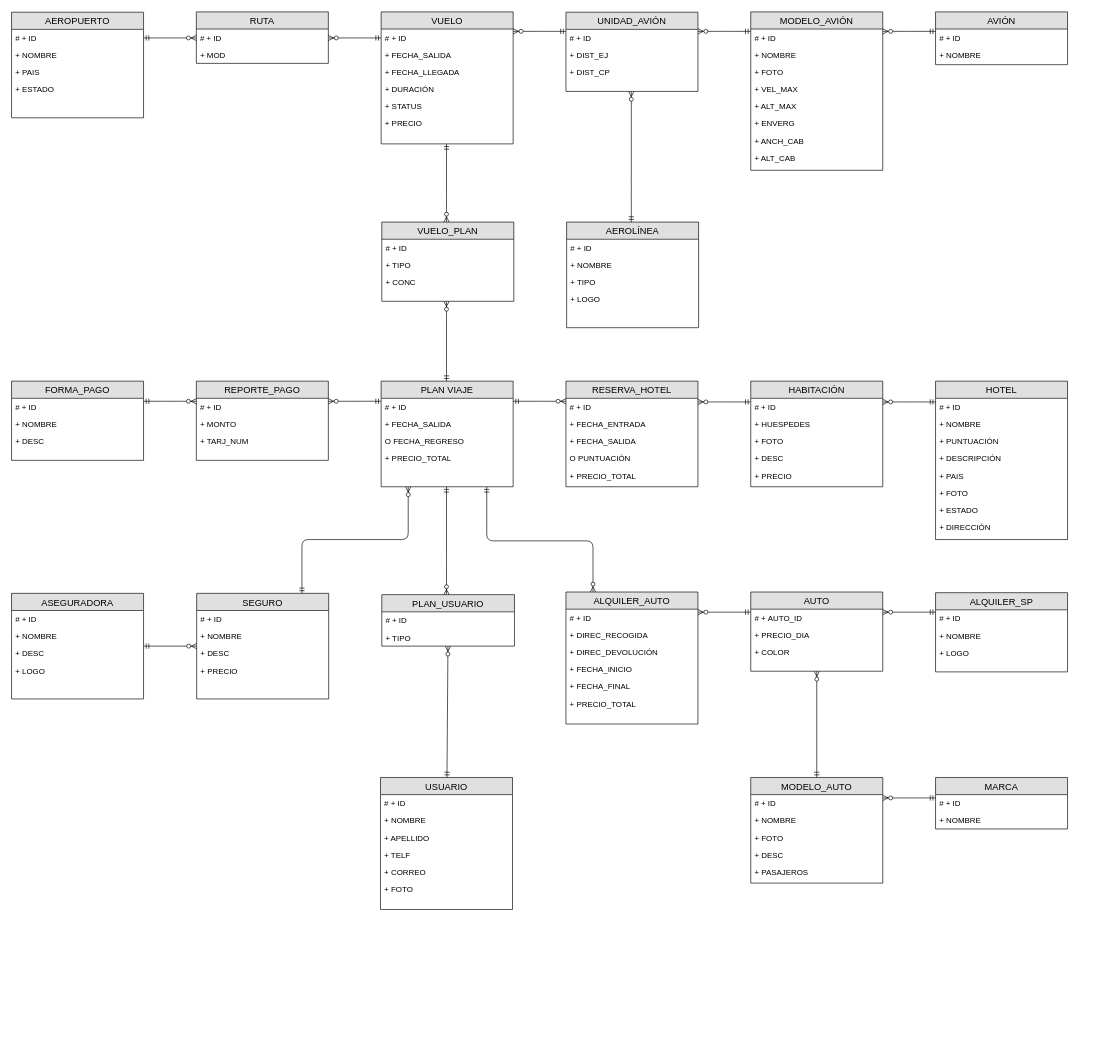
Earlier version of the draw.io diagram Documentos/MER.drawio (ezez8/SBDII_Proyecto). Source tidied: cells renumbered, new cells numbered last; positions are measured from the earlier drawing's top-left corner, leaving out a move shared by most shapes. Both pictures are drawn from the tidied source at 66%, with x=0, y=0 at pixel (11, 11).
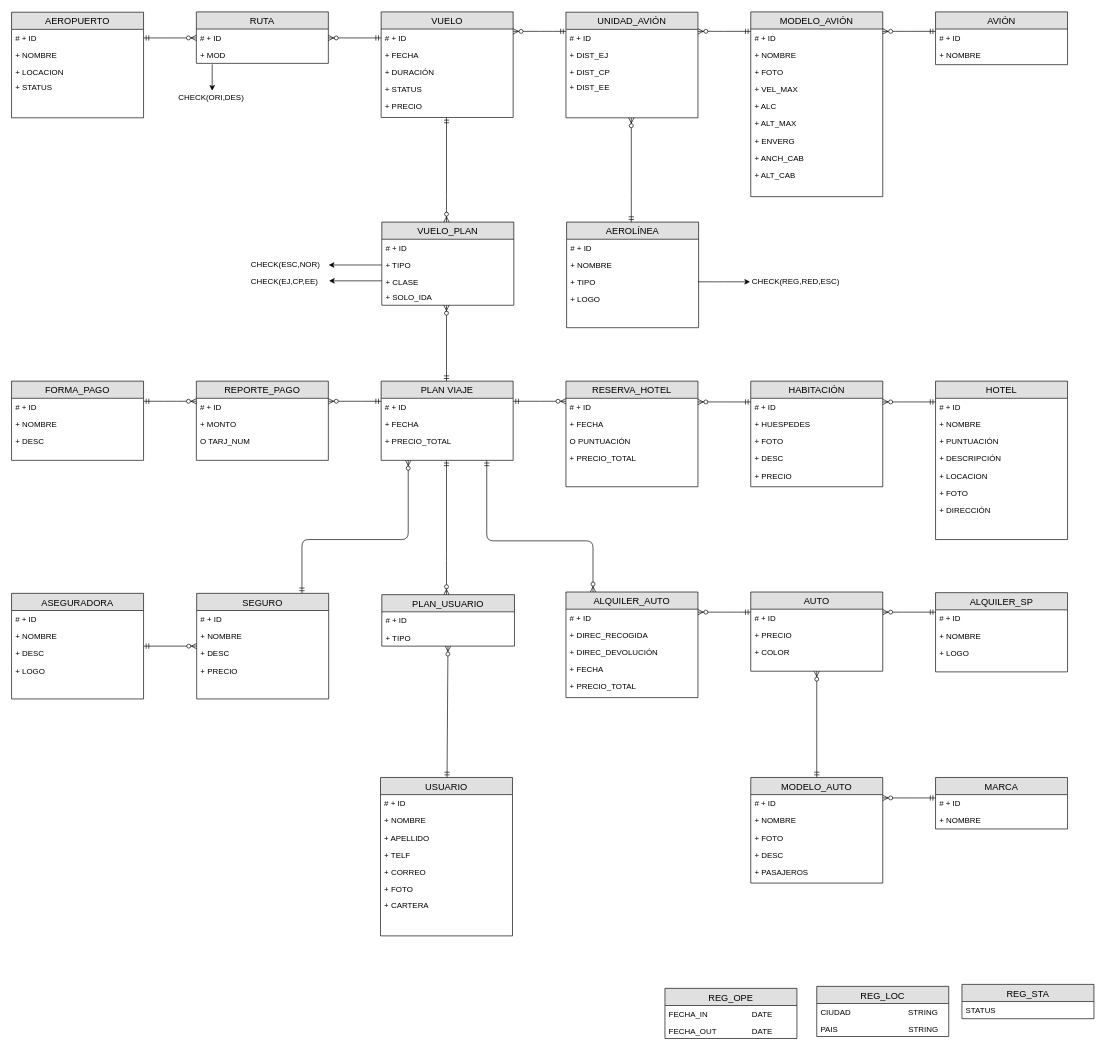
The same diagram, later.

Commit message (it also covers changes not shown here):
ajustes mer y tda

Unchanged cells that the change refers to:
```xml
<mxCell id="39" value="+ MOD" style="text;strokeColor=none;fillColor=none;spacingLeft=4;spacingRight=4;overflow=hidden;points=[[0,0.5],[1,0.5]];portConstraint=eastwest;fontSize=12;" parent="37" vertex="1">
  <mxGeometry y="52" width="200" height="26" as="geometry" />
</mxCell>
<mxCell id="40" value="AEROPUERTO" style="swimlane;fontStyle=0;horizontal=1;startSize=26;fillColor=#e0e0e0;swimlaneFillColor=#ffffff;align=center;fontSize=14;" parent="1" vertex="1">
  <mxGeometry y="1" width="200" height="160" as="geometry" />
</mxCell>
<mxCell id="54" value="+ TIPO" style="text;strokeColor=none;fillColor=none;spacingLeft=4;spacingRight=4;overflow=hidden;points=[[0,0.5],[1,0.5]];portConstraint=eastwest;fontSize=12;" parent="52" vertex="1">
  <mxGeometry y="52" width="200" height="26" as="geometry" />
</mxCell>
<mxCell id="58" value="REPORTE_PAGO" style="swimlane;fontStyle=0;horizontal=1;startSize=26;fillColor=#e0e0e0;swimlaneFillColor=#ffffff;align=center;fontSize=14;" parent="1" vertex="1">
  <mxGeometry x="280" y="560" width="200" height="120" as="geometry" />
</mxCell>
<mxCell id="77" value="RESERVA_HOTEL" style="swimlane;fontStyle=0;horizontal=1;startSize=26;fillColor=#e0e0e0;swimlaneFillColor=#ffffff;align=center;fontSize=14;" parent="1" vertex="1">
  <mxGeometry x="840" y="560" width="200" height="160" as="geometry" />
</mxCell>
<mxCell id="89" value="HOTEL" style="swimlane;fontStyle=0;horizontal=1;startSize=26;fillColor=#e0e0e0;swimlaneFillColor=#ffffff;align=center;fontSize=14;" parent="1" vertex="1">
  <mxGeometry x="1400" y="560" width="200" height="240" as="geometry" />
</mxCell>
<mxCell id="109" value="AUTO" style="swimlane;fontStyle=0;horizontal=1;startSize=26;fillColor=#e0e0e0;swimlaneFillColor=#ffffff;align=center;fontSize=14;" parent="1" vertex="1">
  <mxGeometry x="1120" y="879.5" width="200" height="120" as="geometry" />
</mxCell>
```

Change to the diagram source:
```diff
@@
     <mxCell id="7" value="UNIDAD_AVIÓN" style="swimlane;fontStyle=0;horizontal=1;startSize=26;fillColor=#e0e0e0;swimlaneFillColor=#ffffff;align=center;fontSize=14;" parent="1" vertex="1">
-      <mxGeometry x="840" y="1" width="200" height="120" as="geometry" />
+      <mxGeometry x="840" y="1" width="200" height="160" as="geometry" />
     </mxCell>
@@
     <mxCell id="10" value="+ DIST_CP" style="text;strokeColor=none;fillColor=none;spacingLeft=4;spacingRight=4;overflow=hidden;fontSize=12;" parent="7" vertex="1">
-      <mxGeometry y="78" width="200" height="42" as="geometry" />
+      <mxGeometry y="78" width="200" height="22" as="geometry" />
     </mxCell>
+    <mxCell id="142" value="+ DIST_EE" style="text;strokeColor=none;fillColor=none;align=left;verticalAlign=top;spacingLeft=4;spacingRight=4;overflow=hidden;" parent="7" vertex="1">
+      <mxGeometry y="100" width="200" height="60" as="geometry" />
+    </mxCell>
@@
     <mxCell id="14" value="MODELO_AVIÓN" style="swimlane;fontStyle=0;horizontal=1;startSize=26;fillColor=#e0e0e0;swimlaneFillColor=#ffffff;align=center;fontSize=14;" parent="1" vertex="1">
-      <mxGeometry x="1120" y="0.5" width="200" height="240" as="geometry" />
+      <mxGeometry x="1120" y="0.5" width="200" height="280" as="geometry" />
     </mxCell>
@@
+    <mxCell id="143" value="+ ALC" style="text;strokeColor=none;fillColor=none;align=left;verticalAlign=top;spacingLeft=4;spacingRight=4;overflow=hidden;" parent="14" vertex="1">
+      <mxGeometry y="130" width="200" height="26" as="geometry" />
+    </mxCell>
     <mxCell id="19" value="+ ALT_MAX" style="text;strokeColor=none;fillColor=none;spacingLeft=4;spacingRight=4;overflow=hidden;fontSize=12;" parent="14" vertex="1">
-      <mxGeometry y="130" width="200" height="26" as="geometry" />
+      <mxGeometry y="156" width="200" height="26" as="geometry" />
     </mxCell>
     <mxCell id="20" value="+ ENVERG" style="text;strokeColor=none;fillColor=none;spacingLeft=4;spacingRight=4;overflow=hidden;fontSize=12;" parent="14" vertex="1">
-      <mxGeometry y="156" width="200" height="26" as="geometry" />
+      <mxGeometry y="182" width="200" height="26" as="geometry" />
     </mxCell>
     <mxCell id="21" value="+ ANCH_CAB" style="text;strokeColor=none;fillColor=none;spacingLeft=4;spacingRight=4;overflow=hidden;fontSize=12;" parent="14" vertex="1">
-      <mxGeometry y="182" width="200" height="26" as="geometry" />
+      <mxGeometry y="208" width="200" height="26" as="geometry" />
     </mxCell>
     <mxCell id="22" value="+ ALT_CAB" style="text;strokeColor=none;fillColor=none;spacingLeft=4;spacingRight=4;overflow=hidden;fontSize=12;" parent="14" vertex="1">
-      <mxGeometry y="208" width="200" height="32" as="geometry" />
+      <mxGeometry y="234" width="200" height="46" as="geometry" />
     </mxCell>
     <mxCell id="23" value="USUARIO" style="swimlane;fontStyle=0;horizontal=1;startSize=26;fillColor=#e0e0e0;swimlaneFillColor=#ffffff;align=center;fontSize=14;" parent="1" vertex="1">
-      <mxGeometry x="559" y="1160.5" width="200" height="200" as="geometry" />
+      <mxGeometry x="559" y="1160.5" width="200" height="240" as="geometry" />
     </mxCell>
@@
     <mxCell id="29" value="+ FOTO" style="text;strokeColor=none;fillColor=none;spacingLeft=4;spacingRight=4;overflow=hidden;fontSize=12;" parent="23" vertex="1">
-      <mxGeometry y="156" width="200" height="44" as="geometry" />
+      <mxGeometry y="156" width="200" height="24" as="geometry" />
     </mxCell>
+    <mxCell id="144" value="+ CARTERA" style="text;strokeColor=none;fillColor=none;align=left;verticalAlign=top;spacingLeft=4;spacingRight=4;overflow=hidden;" parent="23" vertex="1">
+      <mxGeometry y="180" width="200" height="60" as="geometry" />
+    </mxCell>
     <mxCell id="30" value="VUELO" style="swimlane;fontStyle=0;horizontal=1;startSize=26;fillColor=#e0e0e0;swimlaneFillColor=#ffffff;align=center;fontSize=14;" parent="1" vertex="1">
-      <mxGeometry x="560" y="0.5" width="200" height="200" as="geometry" />
+      <mxGeometry x="560" y="0.5" width="200" height="160" as="geometry" />
     </mxCell>
@@
-    <mxCell id="32" value="+ FECHA_SALIDA" style="text;strokeColor=none;fillColor=none;spacingLeft=4;spacingRight=4;overflow=hidden;fontSize=12;" parent="30" vertex="1">
+    <mxCell id="32" value="+ FECHA" style="text;strokeColor=none;fillColor=none;spacingLeft=4;spacingRight=4;overflow=hidden;fontSize=12;" parent="30" vertex="1">
       <mxGeometry y="52" width="200" height="26" as="geometry" />
     </mxCell>
-    <mxCell id="33" value="+ FECHA_LLEGADA" style="text;strokeColor=none;fillColor=none;spacingLeft=4;spacingRight=4;overflow=hidden;fontSize=12;" parent="30" vertex="1">
-      <mxGeometry y="78" width="200" height="26" as="geometry" />
-    </mxCell>
     <mxCell id="34" value="+ DURACIÓN" style="text;strokeColor=none;fillColor=none;spacingLeft=4;spacingRight=4;overflow=hidden;fontSize=12;" parent="30" vertex="1">
-      <mxGeometry y="104" width="200" height="26" as="geometry" />
+      <mxGeometry y="78" width="200" height="26" as="geometry" />
     </mxCell>
     <mxCell id="35" value="+ STATUS" style="text;strokeColor=none;fillColor=none;spacingLeft=4;spacingRight=4;overflow=hidden;fontSize=12;" parent="30" vertex="1">
-      <mxGeometry y="130" width="200" height="26" as="geometry" />
+      <mxGeometry y="104" width="200" height="26" as="geometry" />
     </mxCell>
     <mxCell id="36" value="+ PRECIO" style="text;strokeColor=none;fillColor=none;spacingLeft=4;spacingRight=4;overflow=hidden;fontSize=12;" parent="30" vertex="1">
-      <mxGeometry y="156" width="200" height="44" as="geometry" />
+      <mxGeometry y="130" width="200" height="30" as="geometry" />
     </mxCell>
@@
-    <mxCell id="43" value="+ PAIS" style="text;strokeColor=none;fillColor=none;spacingLeft=4;spacingRight=4;overflow=hidden;fontSize=12;" parent="40" vertex="1">
-      <mxGeometry y="78" width="200" height="26" as="geometry" />
+    <mxCell id="43" value="+ LOCACION" style="text;strokeColor=none;fillColor=none;spacingLeft=4;spacingRight=4;overflow=hidden;fontSize=12;" parent="40" vertex="1">
+      <mxGeometry y="78" width="200" height="22" as="geometry" />
     </mxCell>
-    <mxCell id="44" value="+ ESTADO" style="text;strokeColor=none;fillColor=none;spacingLeft=4;spacingRight=4;overflow=hidden;fontSize=12;" parent="40" vertex="1">
-      <mxGeometry y="104" width="200" height="56" as="geometry" />
-    </mxCell>
+    <mxCell id="145" value="+ STATUS" style="text;strokeColor=none;fillColor=none;align=left;verticalAlign=top;spacingLeft=4;spacingRight=4;overflow=hidden;" parent="40" vertex="1">
+      <mxGeometry y="100" width="200" height="60" as="geometry" />
+    </mxCell>
@@
     <mxCell id="47" value="PLAN VIAJE" style="swimlane;fontStyle=0;horizontal=1;startSize=26;fillColor=#e0e0e0;swimlaneFillColor=#ffffff;align=center;fontSize=14;" parent="1" vertex="1">
-      <mxGeometry x="560" y="560" width="200" height="160" as="geometry" />
+      <mxGeometry x="560" y="560" width="200" height="120" as="geometry" />
     </mxCell>
@@
-    <mxCell id="49" value="+ FECHA_SALIDA" style="text;strokeColor=none;fillColor=none;spacingLeft=4;spacingRight=4;overflow=hidden;fontSize=12;" parent="47" vertex="1">
+    <mxCell id="49" value="+ FECHA" style="text;strokeColor=none;fillColor=none;spacingLeft=4;spacingRight=4;overflow=hidden;fontSize=12;" parent="47" vertex="1">
       <mxGeometry y="52" width="200" height="26" as="geometry" />
     </mxCell>
-    <mxCell id="50" value="O FECHA_REGRESO" style="text;strokeColor=none;fillColor=none;spacingLeft=4;spacingRight=4;overflow=hidden;fontSize=12;" parent="47" vertex="1">
-      <mxGeometry y="78" width="200" height="26" as="geometry" />
-    </mxCell>
     <mxCell id="51" value="+ PRECIO_TOTAL" style="text;strokeColor=none;fillColor=none;spacingLeft=4;spacingRight=4;overflow=hidden;fontSize=12;" parent="47" vertex="1">
-      <mxGeometry y="104" width="200" height="56" as="geometry" />
+      <mxGeometry y="78" width="200" height="42" as="geometry" />
     </mxCell>
     <mxCell id="52" value="VUELO_PLAN" style="swimlane;fontStyle=0;horizontal=1;startSize=26;fillColor=#e0e0e0;swimlaneFillColor=#ffffff;align=center;fontSize=14;" parent="1" vertex="1">
-      <mxGeometry x="561" y="319" width="200" height="120" as="geometry" />
+      <mxGeometry x="561" y="319" width="200" height="126" as="geometry" />
     </mxCell>
@@
-    <mxCell id="55" value="+ CONC" style="text;strokeColor=none;fillColor=none;spacingLeft=4;spacingRight=4;overflow=hidden;points=[[0,0.5],[1,0.5]];portConstraint=eastwest;fontSize=12;" parent="52" vertex="1">
-      <mxGeometry y="78" width="200" height="42" as="geometry" />
+    <mxCell id="55" value="+ CLASE" style="text;strokeColor=none;fillColor=none;spacingLeft=4;spacingRight=4;overflow=hidden;points=[[0,0.5],[1,0.5]];portConstraint=eastwest;fontSize=12;" parent="52" vertex="1">
+      <mxGeometry y="78" width="200" height="22" as="geometry" />
     </mxCell>
+    <mxCell id="146" value="+ SOLO_IDA" style="text;strokeColor=none;fillColor=none;align=left;verticalAlign=top;spacingLeft=4;spacingRight=4;overflow=hidden;" parent="52" vertex="1">
+      <mxGeometry y="100" width="200" height="26" as="geometry" />
+    </mxCell>
@@
-    <mxCell id="61" value="+ TARJ_NUM" style="text;strokeColor=none;fillColor=none;spacingLeft=4;spacingRight=4;overflow=hidden;fontSize=12;" parent="58" vertex="1">
+    <mxCell id="61" value="O TARJ_NUM" style="text;strokeColor=none;fillColor=none;spacingLeft=4;spacingRight=4;overflow=hidden;fontSize=12;" parent="58" vertex="1">
       <mxGeometry y="78" width="200" height="42" as="geometry" />
     </mxCell>
@@
-    <mxCell id="79" value="+ FECHA_ENTRADA" style="text;strokeColor=none;fillColor=none;spacingLeft=4;spacingRight=4;overflow=hidden;fontSize=12;" parent="77" vertex="1">
+    <mxCell id="79" value="+ FECHA" style="text;strokeColor=none;fillColor=none;spacingLeft=4;spacingRight=4;overflow=hidden;fontSize=12;" parent="77" vertex="1">
       <mxGeometry y="52" width="200" height="26" as="geometry" />
     </mxCell>
-    <mxCell id="80" value="+ FECHA_SALIDA" style="text;strokeColor=none;fillColor=none;spacingLeft=4;spacingRight=4;overflow=hidden;fontSize=12;" parent="77" vertex="1">
-      <mxGeometry y="78" width="200" height="26" as="geometry" />
-    </mxCell>
     <mxCell id="81" value="O PUNTUACIÓN" style="text;strokeColor=none;fillColor=none;spacingLeft=4;spacingRight=4;overflow=hidden;fontSize=12;" parent="77" vertex="1">
-      <mxGeometry y="104" width="200" height="26" as="geometry" />
+      <mxGeometry y="78" width="200" height="26" as="geometry" />
     </mxCell>
     <mxCell id="82" value="+ PRECIO_TOTAL" style="text;strokeColor=none;fillColor=none;spacingLeft=4;spacingRight=4;overflow=hidden;fontSize=12;" parent="77" vertex="1">
-      <mxGeometry y="130" width="200" height="30" as="geometry" />
+      <mxGeometry y="104" width="200" height="56" as="geometry" />
     </mxCell>
@@
-    <mxCell id="94" value="+ PAIS" style="text;strokeColor=none;fillColor=none;spacingLeft=4;spacingRight=4;overflow=hidden;fontSize=12;" parent="89" vertex="1">
+    <mxCell id="94" value="+ LOCACION" style="text;strokeColor=none;fillColor=none;spacingLeft=4;spacingRight=4;overflow=hidden;fontSize=12;" parent="89" vertex="1">
       <mxGeometry y="130" width="200" height="26" as="geometry" />
     </mxCell>
@@
-    <mxCell id="96" value="+ ESTADO" style="text;strokeColor=none;fillColor=none;spacingLeft=4;spacingRight=4;overflow=hidden;fontSize=12;" parent="89" vertex="1">
-      <mxGeometry y="182" width="200" height="26" as="geometry" />
-    </mxCell>
     <mxCell id="97" value="+ DIRECCIÓN" style="text;strokeColor=none;fillColor=none;spacingLeft=4;spacingRight=4;overflow=hidden;fontSize=12;" parent="89" vertex="1">
-      <mxGeometry y="208" width="200" height="32" as="geometry" />
+      <mxGeometry y="182" width="200" height="58" as="geometry" />
     </mxCell>
@@
     <mxCell id="101" value="ALQUILER_AUTO" style="swimlane;fontStyle=0;horizontal=1;startSize=26;fillColor=#e0e0e0;swimlaneFillColor=#ffffff;align=center;fontSize=14;" parent="1" vertex="1">
-      <mxGeometry x="840" y="879.5" width="200" height="200" as="geometry" />
+      <mxGeometry x="840" y="879.5" width="200" height="160" as="geometry" />
     </mxCell>
@@
-    <mxCell id="105" value="+ FECHA_INICIO" style="text;strokeColor=none;fillColor=none;spacingLeft=4;spacingRight=4;overflow=hidden;fontSize=12;" parent="101" vertex="1">
+    <mxCell id="105" value="+ FECHA" style="text;strokeColor=none;fillColor=none;spacingLeft=4;spacingRight=4;overflow=hidden;fontSize=12;" parent="101" vertex="1">
       <mxGeometry y="104" width="200" height="26" as="geometry" />
     </mxCell>
-    <mxCell id="106" value="+ FECHA_FINAL" style="text;strokeColor=none;fillColor=none;spacingLeft=4;spacingRight=4;overflow=hidden;fontSize=12;" parent="101" vertex="1">
-      <mxGeometry y="130" width="200" height="26" as="geometry" />
-    </mxCell>
     <mxCell id="107" value="+ PRECIO_TOTAL" style="text;strokeColor=none;fillColor=none;spacingLeft=4;spacingRight=4;overflow=hidden;fontSize=12;" parent="101" vertex="1">
-      <mxGeometry y="156" width="200" height="44" as="geometry" />
+      <mxGeometry y="130" width="200" height="30" as="geometry" />
     </mxCell>
@@
-    <mxCell id="110" value="# + AUTO_ID" style="text;strokeColor=none;fillColor=none;spacingLeft=4;spacingRight=4;overflow=hidden;fontSize=12;" parent="109" vertex="1">
+    <mxCell id="110" value="# + ID" style="text;strokeColor=none;fillColor=none;spacingLeft=4;spacingRight=4;overflow=hidden;fontSize=12;" parent="109" vertex="1">
       <mxGeometry y="26" width="200" height="26" as="geometry" />
     </mxCell>
-    <mxCell id="111" value="+ PRECIO_DIA" style="text;strokeColor=none;fillColor=none;spacingLeft=4;spacingRight=4;overflow=hidden;fontSize=12;" parent="109" vertex="1">
+    <mxCell id="111" value="+ PRECIO" style="text;strokeColor=none;fillColor=none;spacingLeft=4;spacingRight=4;overflow=hidden;fontSize=12;" parent="109" vertex="1">
       <mxGeometry y="52" width="200" height="26" as="geometry" />
     </mxCell>
@@
+    <mxCell id="147" style="endArrow=classic;html=1;edgeStyle=elbowEdgeStyle;" parent="1" edge="1">
+      <mxGeometry relative="1" as="geometry">
+        <mxPoint x="1040" y="409.5" as="sourcePoint" />
+        <mxPoint x="1119" y="409.5" as="targetPoint" />
+      </mxGeometry>
+    </mxCell>
+    <mxCell id="148" value="CHECK(REG,RED,ESC)" style="text;html=1;align=left;verticalAlign=top;spacingTop=-4;" parent="1" vertex="1">
+      <mxGeometry x="1120" y="400" width="150" height="20" as="geometry" />
+    </mxCell>
+    <mxCell id="149" style="endArrow=classic;html=1;exitX=0;exitY=0.5;exitDx=0;exitDy=0;" parent="1" edge="1" source="54" target="151">
+      <mxGeometry relative="1" as="geometry" />
+    </mxCell>
+    <mxCell id="150" style="endArrow=classic;html=1;exitX=0;exitY=0.5;exitDx=0;exitDy=0;entryX=1.004;entryY=0.4;entryDx=0;entryDy=0;entryPerimeter=0;" parent="1" edge="1" source="55" target="152">
+      <mxGeometry relative="1" as="geometry" />
+    </mxCell>
+    <mxCell id="151" value="CHECK(ESC,NOR)" style="text;html=1;points=[];align=left;verticalAlign=top;spacingTop=-4;" parent="1" vertex="1">
+      <mxGeometry x="360.5" y="374" width="120" height="20" as="geometry" />
+    </mxCell>
+    <mxCell id="152" value="CHECK(EJ,CP,EE)" style="text;html=1;points=[];align=left;verticalAlign=top;spacingTop=-4;" parent="1" vertex="1">
+      <mxGeometry x="360.5" y="400" width="120" height="20" as="geometry" />
+    </mxCell>
+    <mxCell id="153" style="endArrow=classic;html=1;exitX=0.12;exitY=1.058;exitDx=0;exitDy=0;exitPerimeter=0;" parent="1" edge="1" source="39">
+      <mxGeometry relative="1" as="geometry">
+        <mxPoint x="304" y="120" as="targetPoint" />
+      </mxGeometry>
+    </mxCell>
+    <mxCell id="154" value="CHECK(ORI,DES)" style="text;html=1;align=left;verticalAlign=top;spacingTop=-4;" parent="1" vertex="1">
+      <mxGeometry x="250.5" y="121" width="110" height="20" as="geometry" />
+    </mxCell>
+    <mxCell id="155" value="REG_OPE" style="swimlane;fontStyle=0;horizontal=1;startSize=26;fillColor=#e0e0e0;swimlaneFillColor=#ffffff;align=center;fontSize=14;" parent="1" vertex="1">
+      <mxGeometry x="990" y="1480" width="200" height="76" as="geometry" />
+    </mxCell>
+    <mxCell id="156" value="FECHA_IN                    DATE" style="text;strokeColor=none;fillColor=none;spacingLeft=4;spacingRight=4;overflow=hidden;fontSize=12;" parent="155" vertex="1">
+      <mxGeometry y="26" width="200" height="26" as="geometry" />
+    </mxCell>
+    <mxCell id="157" value="FECHA_OUT                DATE" style="text;strokeColor=none;fillColor=none;spacingLeft=4;spacingRight=4;overflow=hidden;fontSize=12;" parent="155" vertex="1">
+      <mxGeometry y="52" width="200" height="24" as="geometry" />
+    </mxCell>
+    <mxCell id="158" value="REG_LOC" style="swimlane;fontStyle=0;horizontal=1;startSize=26;fillColor=#e0e0e0;swimlaneFillColor=#ffffff;align=center;fontSize=14;" parent="1" vertex="1">
+      <mxGeometry x="1220" y="1477" width="200" height="76" as="geometry" />
+    </mxCell>
+    <mxCell id="159" value="CIUDAD                          STRING" style="text;strokeColor=none;fillColor=none;spacingLeft=4;spacingRight=4;overflow=hidden;fontSize=12;" parent="158" vertex="1">
+      <mxGeometry y="26" width="200" height="26" as="geometry" />
+    </mxCell>
+    <mxCell id="160" value="PAIS                                STRING" style="text;strokeColor=none;fillColor=none;spacingLeft=4;spacingRight=4;overflow=hidden;fontSize=12;" parent="158" vertex="1">
+      <mxGeometry y="52" width="200" height="24" as="geometry" />
+    </mxCell>
+    <mxCell id="161" value="REG_STA" style="swimlane;fontStyle=0;horizontal=1;startSize=26;fillColor=#e0e0e0;swimlaneFillColor=#ffffff;align=center;fontSize=14;" parent="1" vertex="1">
+      <mxGeometry x="1440" y="1474" width="200" height="52" as="geometry" />
+    </mxCell>
+    <mxCell id="162" value="STATUS" style="text;strokeColor=none;fillColor=none;spacingLeft=4;spacingRight=4;overflow=hidden;fontSize=12;" parent="161" vertex="1">
+      <mxGeometry y="26" width="200" height="26" as="geometry" />
+    </mxCell>
```
